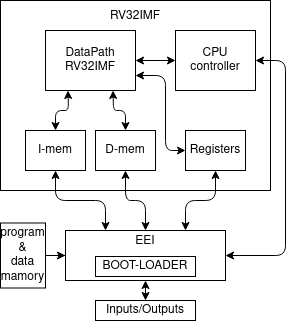
The draw.io diagram imagenes/EEI_diagrama_bloques_simplificado.png in GianlucaDagostino/Trabajo_Titulo_SoC-RiscV, before a commit. Source tidied: cells renumbered, new cells last; positions are measured from the earlier drawing's top-left corner, leaving out a move shared by most shapes.
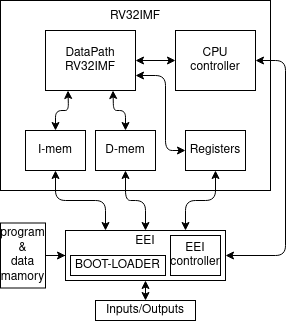
Above is the later version.

The edit, as a diff of the source:
```diff
@@ -89,7 +89,7 @@
       <mxGeometry y="222.5" width="45" height="65" as="geometry" />
     </mxCell>
     <mxCell id="19" value="BOOT-LOADER" style="rounded=0;whiteSpace=wrap;html=1;" parent="1" vertex="1">
-      <mxGeometry x="95" y="256" width="100" height="20" as="geometry" />
+      <mxGeometry x="70" y="255" width="95" height="20" as="geometry" />
     </mxCell>
     <mxCell id="20" value="Inputs/Outputs" style="rounded=0;whiteSpace=wrap;html=1;" parent="1" vertex="1">
       <mxGeometry x="95" y="300" width="100" height="20" as="geometry" />
@@ -97,5 +97,8 @@
     <mxCell id="21" style="endArrow=classic;startArrow=classic;html=1;entryX=0.5;entryY=1;entryDx=0;entryDy=0;exitX=0.5;exitY=0;exitDx=0;exitDy=0;" parent="1" edge="1" source="20" target="12">
       <mxGeometry relative="1" as="geometry" />
     </mxCell>
+    <mxCell id="22" value="&lt;div&gt;EEI&lt;/div&gt;&lt;div&gt;controller&lt;/div&gt;" style="rounded=0;whiteSpace=wrap;html=1;" parent="1" vertex="1">
+      <mxGeometry x="170" y="235" width="50" height="40" as="geometry" />
+    </mxCell>
   </root>
 </mxGraphModel>
```
